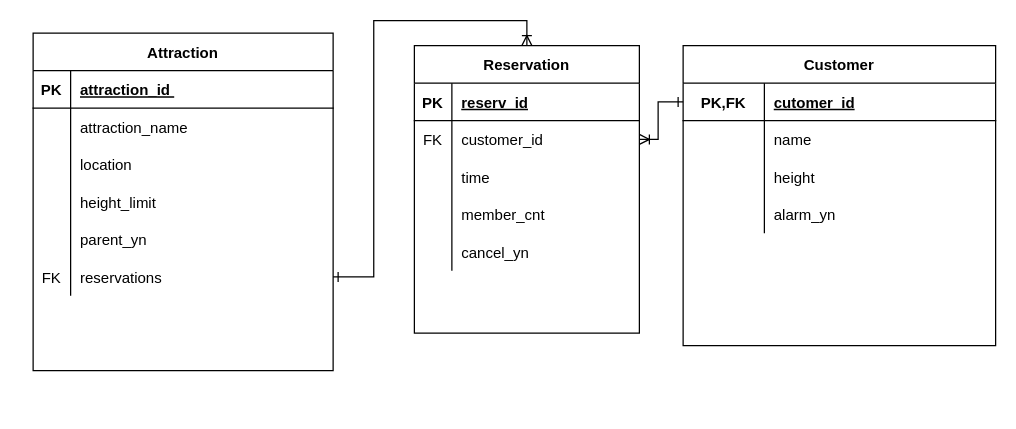
The draw.io diagram Everland.drawio in choihaerim/project-10, before the edit. Source tidied: cells renumbered, new cells numbered last; positions are measured from the earlier drawing's top-left corner, leaving out a move shared by most shapes. Both pictures are drawn from the tidied source at 125%, with x=0, y=0 at pixel (32, 32).
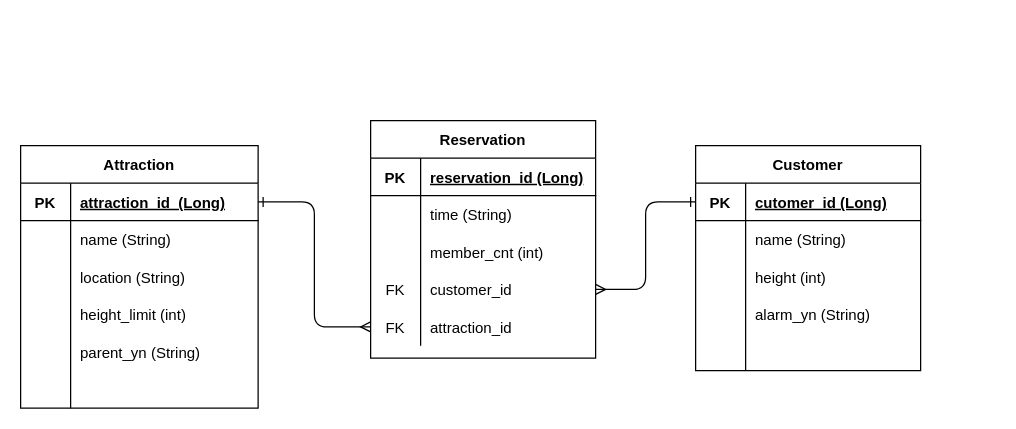
Above is the later version.

The change refers to these unchanged cells:
```xml
<mxCell id="36" style="shape=partialRectangle;fillColor=none;top=0;left=0;bottom=1;right=0;" parent="35" vertex="1">
  <mxGeometry y="30" width="180" height="30" as="geometry" />
</mxCell>
<mxCell id="39" style="shape=partialRectangle;fillColor=none;top=0;left=0;bottom=0;right=0;points=[[0,0.5],[1,0.5]];portConstraint=eastwest;" parent="35" vertex="1">
  <mxGeometry y="60" width="180" height="30" as="geometry" />
</mxCell>
<mxCell id="42" style="shape=partialRectangle;fillColor=none;top=0;left=0;bottom=0;right=0;" parent="35" vertex="1">
  <mxGeometry y="90" width="180" height="30" as="geometry" />
</mxCell>
```

Change to the diagram source:
```diff
@@
     <mxCell id="2" value="Customer" style="shape=table;startSize=30;childLayout=tableLayout;rowLines=0;fontStyle=1;align=center;" parent="1" vertex="1">
-      <mxGeometry x="520" y="10" width="250" height="240" as="geometry" />
+      <mxGeometry x="530" y="90" width="180" height="180" as="geometry" />
     </mxCell>
     <mxCell id="3" style="shape=partialRectangle;fillColor=none;points=[[0,0.5],[1,0.5]];portConstraint=eastwest;top=0;left=0;right=0;bottom=1;" parent="2" vertex="1">
-      <mxGeometry y="30" width="250" height="30" as="geometry" />
+      <mxGeometry y="30" width="180" height="30" as="geometry" />
     </mxCell>
-    <mxCell id="4" value="PK,FK" style="shape=partialRectangle;overflow=hidden;fillColor=none;top=0;left=0;bottom=0;right=0;fontStyle=1;" parent="3" vertex="1">
-      <mxGeometry width="65" height="30" as="geometry" />
+    <mxCell id="4" value="PK" style="shape=partialRectangle;overflow=hidden;fillColor=none;top=0;left=0;bottom=0;right=0;fontStyle=1;" parent="3" vertex="1">
+      <mxGeometry width="40" height="30" as="geometry" />
     </mxCell>
-    <mxCell id="5" value="cutomer_id" style="shape=partialRectangle;overflow=hidden;fillColor=none;top=0;left=0;bottom=0;right=0;align=left;spacingLeft=6;fontStyle=5;" parent="3" vertex="1">
-      <mxGeometry x="65" width="185" height="30" as="geometry" />
+    <mxCell id="5" value="cutomer_id (Long)" style="shape=partialRectangle;overflow=hidden;fillColor=none;top=0;left=0;bottom=0;right=0;align=left;spacingLeft=6;fontStyle=5;" parent="3" vertex="1">
+      <mxGeometry x="40" width="140" height="30" as="geometry" />
     </mxCell>
     <mxCell id="6" style="shape=partialRectangle;fillColor=none;top=0;left=0;right=0;bottom=0;" parent="2" vertex="1">
-      <mxGeometry y="60" width="250" height="30" as="geometry" />
+      <mxGeometry y="60" width="180" height="30" as="geometry" />
     </mxCell>
     <mxCell id="7" style="shape=partialRectangle;overflow=hidden;fillColor=none;top=0;left=0;bottom=0;right=0;" parent="6" vertex="1">
-      <mxGeometry width="65" height="30" as="geometry" />
+      <mxGeometry width="40" height="30" as="geometry" />
     </mxCell>
-    <mxCell id="8" value="name" style="shape=partialRectangle;overflow=hidden;fillColor=none;top=0;left=0;bottom=0;right=0;align=left;spacingLeft=6;" parent="6" vertex="1">
-      <mxGeometry x="65" width="185" height="30" as="geometry" />
+    <mxCell id="8" value="name (String)" style="shape=partialRectangle;overflow=hidden;fillColor=none;top=0;left=0;bottom=0;right=0;align=left;spacingLeft=6;" parent="6" vertex="1">
+      <mxGeometry x="40" width="140" height="30" as="geometry" />
     </mxCell>
     <mxCell id="9" style="shape=partialRectangle;fillColor=none;top=0;left=0;right=0;bottom=0;" parent="2" vertex="1">
-      <mxGeometry y="90" width="250" height="30" as="geometry" />
+      <mxGeometry y="90" width="180" height="30" as="geometry" />
     </mxCell>
     <mxCell id="10" style="shape=partialRectangle;overflow=hidden;fillColor=none;top=0;left=0;bottom=0;right=0;" parent="9" vertex="1">
-      <mxGeometry width="65" height="30" as="geometry" />
+      <mxGeometry width="40" height="30" as="geometry" />
     </mxCell>
-    <mxCell id="11" value="height" style="shape=partialRectangle;overflow=hidden;fillColor=none;top=0;left=0;bottom=0;right=0;align=left;spacingLeft=6;" parent="9" vertex="1">
-      <mxGeometry x="65" width="185" height="30" as="geometry" />
+    <mxCell id="11" value="height (int)" style="shape=partialRectangle;overflow=hidden;fillColor=none;top=0;left=0;bottom=0;right=0;align=left;spacingLeft=6;" parent="9" vertex="1">
+      <mxGeometry x="40" width="140" height="30" as="geometry" />
     </mxCell>
     <mxCell id="12" style="shape=partialRectangle;fillColor=none;top=0;left=0;right=0;bottom=0;" parent="2" vertex="1">
-      <mxGeometry y="120" width="250" height="30" as="geometry" />
+      <mxGeometry y="120" width="180" height="30" as="geometry" />
     </mxCell>
     <mxCell id="13" style="shape=partialRectangle;overflow=hidden;fillColor=none;top=0;left=0;bottom=0;right=0;" parent="12" vertex="1">
-      <mxGeometry width="65" height="30" as="geometry" />
+      <mxGeometry width="40" height="30" as="geometry" />
     </mxCell>
-    <mxCell id="14" value="alarm_yn" style="shape=partialRectangle;overflow=hidden;fillColor=none;top=0;left=0;bottom=0;right=0;align=left;spacingLeft=6;" parent="12" vertex="1">
-      <mxGeometry x="65" width="185" height="30" as="geometry" />
+    <mxCell id="14" value="alarm_yn (String)" style="shape=partialRectangle;overflow=hidden;fillColor=none;top=0;left=0;bottom=0;right=0;align=left;spacingLeft=6;" parent="12" vertex="1">
+      <mxGeometry x="40" width="140" height="30" as="geometry" />
     </mxCell>
-    <mxCell id="15" style="edgeStyle=orthogonalEdgeStyle;rounded=0;jettySize=auto;html=1;entryX=0.5;entryY=0;entryDx=0;entryDy=0;endArrow=ERoneToMany;endFill=0;exitX=1;exitY=0.5;exitDx=0;exitDy=0;startArrow=ERone;startFill=0;" parent="1" edge="1" source="32" target="35">
-      <mxGeometry relative="1" as="geometry" />
-    </mxCell>
+    <mxCell id="52" style="shape=partialRectangle;fillColor=none;top=0;left=0;right=0;bottom=0;" parent="2" vertex="1">
+      <mxGeometry y="150" width="180" height="30" as="geometry" />
+    </mxCell>
+    <mxCell id="53" style="shape=partialRectangle;overflow=hidden;fillColor=none;top=0;left=0;bottom=0;right=0;" parent="52" vertex="1">
+      <mxGeometry width="40" height="30" as="geometry" />
+    </mxCell>
+    <mxCell id="54" style="shape=partialRectangle;overflow=hidden;fillColor=none;top=0;left=0;bottom=0;right=0;align=left;spacingLeft=6;" parent="52" vertex="1">
+      <mxGeometry x="40" width="140" height="30" as="geometry" />
+    </mxCell>
     <mxCell id="16" value="Attraction" style="shape=table;startSize=30;childLayout=tableLayout;rowLines=0;fontStyle=1;align=center;" parent="1" vertex="1">
-      <mxGeometry width="240" height="270" as="geometry" />
+      <mxGeometry x="-10" y="90" width="190" height="210" as="geometry" />
     </mxCell>
     <mxCell id="17" style="shape=partialRectangle;fillColor=none;points=[[0,0.5],[1,0.5]];portConstraint=eastwest;top=0;left=0;right=0;bottom=1;" parent="16" vertex="1">
-      <mxGeometry y="30" width="240" height="30" as="geometry" />
+      <mxGeometry y="30" width="190" height="30" as="geometry" />
     </mxCell>
     <mxCell id="18" value="PK" style="shape=partialRectangle;overflow=hidden;fillColor=none;top=0;left=0;bottom=0;right=0;fontStyle=1;" parent="17" vertex="1">
-      <mxGeometry width="30" height="30" as="geometry" />
+      <mxGeometry width="40" height="30" as="geometry" />
     </mxCell>
-    <mxCell id="19" value="attraction_id " style="shape=partialRectangle;overflow=hidden;fillColor=none;top=0;left=0;bottom=0;right=0;align=left;spacingLeft=6;fontStyle=5;" parent="17" vertex="1">
-      <mxGeometry x="30" width="210" height="30" as="geometry" />
+    <mxCell id="19" value="attraction_id  (Long)" style="shape=partialRectangle;overflow=hidden;fillColor=none;top=0;left=0;bottom=0;right=0;align=left;spacingLeft=6;fontStyle=5;" parent="17" vertex="1">
+      <mxGeometry x="40" width="150" height="30" as="geometry" />
     </mxCell>
     <mxCell id="20" style="shape=partialRectangle;fillColor=none;top=0;left=0;right=0;bottom=0;" parent="16" vertex="1">
-      <mxGeometry y="60" width="240" height="30" as="geometry" />
+      <mxGeometry y="60" width="190" height="30" as="geometry" />
     </mxCell>
     <mxCell id="21" style="shape=partialRectangle;overflow=hidden;fillColor=none;top=0;left=0;bottom=0;right=0;" parent="20" vertex="1">
-      <mxGeometry width="30" height="30" as="geometry" />
+      <mxGeometry width="40" height="30" as="geometry" />
     </mxCell>
-    <mxCell id="22" value="attraction_name" style="shape=partialRectangle;overflow=hidden;fillColor=none;top=0;left=0;bottom=0;right=0;align=left;spacingLeft=6;" parent="20" vertex="1">
-      <mxGeometry x="30" width="210" height="30" as="geometry" />
+    <mxCell id="22" value="name (String)" style="shape=partialRectangle;overflow=hidden;fillColor=none;top=0;left=0;bottom=0;right=0;align=left;spacingLeft=6;" parent="20" vertex="1">
+      <mxGeometry x="40" width="150" height="30" as="geometry" />
     </mxCell>
     <mxCell id="23" style="shape=partialRectangle;fillColor=none;top=0;left=0;right=0;bottom=0;" parent="16" vertex="1">
-      <mxGeometry y="90" width="240" height="30" as="geometry" />
+      <mxGeometry y="90" width="190" height="30" as="geometry" />
     </mxCell>
     <mxCell id="24" style="shape=partialRectangle;overflow=hidden;fillColor=none;top=0;left=0;bottom=0;right=0;" parent="23" vertex="1">
-      <mxGeometry width="30" height="30" as="geometry" />
+      <mxGeometry width="40" height="30" as="geometry" />
     </mxCell>
-    <mxCell id="25" value="location" style="shape=partialRectangle;overflow=hidden;fillColor=none;top=0;left=0;bottom=0;right=0;align=left;spacingLeft=6;" parent="23" vertex="1">
-      <mxGeometry x="30" width="210" height="30" as="geometry" />
+    <mxCell id="25" value="location (String)" style="shape=partialRectangle;overflow=hidden;fillColor=none;top=0;left=0;bottom=0;right=0;align=left;spacingLeft=6;" parent="23" vertex="1">
+      <mxGeometry x="40" width="150" height="30" as="geometry" />
     </mxCell>
     <mxCell id="26" style="shape=partialRectangle;fillColor=none;top=0;left=0;right=0;bottom=0;" parent="16" vertex="1">
-      <mxGeometry y="120" width="240" height="30" as="geometry" />
+      <mxGeometry y="120" width="190" height="30" as="geometry" />
     </mxCell>
     <mxCell id="27" style="shape=partialRectangle;overflow=hidden;fillColor=none;top=0;left=0;bottom=0;right=0;" parent="26" vertex="1">
-      <mxGeometry width="30" height="30" as="geometry" />
+      <mxGeometry width="40" height="30" as="geometry" />
     </mxCell>
-    <mxCell id="28" value="height_limit" style="shape=partialRectangle;overflow=hidden;fillColor=none;top=0;left=0;bottom=0;right=0;align=left;spacingLeft=6;" parent="26" vertex="1">
-      <mxGeometry x="30" width="210" height="30" as="geometry" />
+    <mxCell id="28" value="height_limit (int)" style="shape=partialRectangle;overflow=hidden;fillColor=none;top=0;left=0;bottom=0;right=0;align=left;spacingLeft=6;" parent="26" vertex="1">
+      <mxGeometry x="40" width="150" height="30" as="geometry" />
     </mxCell>
     <mxCell id="29" style="shape=partialRectangle;fillColor=none;top=0;left=0;right=0;bottom=0;" parent="16" vertex="1">
-      <mxGeometry y="150" width="240" height="30" as="geometry" />
+      <mxGeometry y="150" width="190" height="30" as="geometry" />
     </mxCell>
     <mxCell id="30" style="shape=partialRectangle;overflow=hidden;fillColor=none;top=0;left=0;bottom=0;right=0;" parent="29" vertex="1">
-      <mxGeometry width="30" height="30" as="geometry" />
+      <mxGeometry width="40" height="30" as="geometry" />
     </mxCell>
-    <mxCell id="31" value="parent_yn" style="shape=partialRectangle;overflow=hidden;fillColor=none;top=0;left=0;bottom=0;right=0;align=left;spacingLeft=6;" parent="29" vertex="1">
-      <mxGeometry x="30" width="210" height="30" as="geometry" />
+    <mxCell id="31" value="parent_yn (String)" style="shape=partialRectangle;overflow=hidden;fillColor=none;top=0;left=0;bottom=0;right=0;align=left;spacingLeft=6;" parent="29" vertex="1">
+      <mxGeometry x="40" width="150" height="30" as="geometry" />
     </mxCell>
     <mxCell id="32" style="shape=partialRectangle;fillColor=none;points=[[0,0.5],[1,0.5]];portConstraint=eastwest;top=0;left=0;right=0;bottom=0;" parent="16" vertex="1">
-      <mxGeometry y="180" width="240" height="30" as="geometry" />
+      <mxGeometry y="180" width="190" height="30" as="geometry" />
     </mxCell>
-    <mxCell id="33" value="FK" style="shape=partialRectangle;overflow=hidden;fillColor=none;top=0;left=0;bottom=0;right=0;" parent="32" vertex="1">
-      <mxGeometry width="30" height="30" as="geometry" />
+    <mxCell id="33" style="shape=partialRectangle;overflow=hidden;fillColor=none;top=0;left=0;bottom=0;right=0;" parent="32" vertex="1">
+      <mxGeometry width="40" height="30" as="geometry" />
     </mxCell>
-    <mxCell id="34" value="reservations" style="shape=partialRectangle;overflow=hidden;fillColor=none;top=0;left=0;bottom=0;right=0;align=left;spacingLeft=6;" parent="32" vertex="1">
-      <mxGeometry x="30" width="210" height="30" as="geometry" />
+    <mxCell id="34" style="shape=partialRectangle;overflow=hidden;fillColor=none;top=0;left=0;bottom=0;right=0;align=left;spacingLeft=6;" parent="32" vertex="1">
+      <mxGeometry x="40" width="150" height="30" as="geometry" />
     </mxCell>
     <mxCell id="35" value="Reservation" style="shape=table;startSize=30;childLayout=tableLayout;rowLines=0;fontStyle=1;align=center;" parent="1" vertex="1">
-      <mxGeometry x="305" y="10" width="180" height="230" as="geometry" />
+      <mxGeometry x="270" y="70" width="180" height="190" as="geometry" />
     </mxCell>
@@
     <mxCell id="37" value="PK" style="shape=partialRectangle;fillColor=none;top=0;left=0;bottom=0;right=0;fontStyle=1;overflow=hidden;" parent="36" vertex="1">
-      <mxGeometry width="30" height="30" as="geometry" />
+      <mxGeometry width="40" height="30" as="geometry" />
     </mxCell>
-    <mxCell id="38" value="reserv_id" style="shape=partialRectangle;fillColor=none;top=0;left=0;bottom=0;right=0;align=left;spacingLeft=6;fontStyle=5;overflow=hidden;" parent="36" vertex="1">
-      <mxGeometry x="30" width="150" height="30" as="geometry" />
+    <mxCell id="38" value="reservation_id (Long)" style="shape=partialRectangle;fillColor=none;top=0;left=0;bottom=0;right=0;align=left;spacingLeft=6;fontStyle=5;overflow=hidden;" parent="36" vertex="1">
+      <mxGeometry x="40" width="140" height="30" as="geometry" />
     </mxCell>
@@
-    <mxCell id="40" value="FK" style="shape=partialRectangle;fillColor=none;top=0;left=0;bottom=0;right=0;overflow=hidden;" parent="39" vertex="1">
-      <mxGeometry width="30" height="30" as="geometry" />
+    <mxCell id="40" style="shape=partialRectangle;fillColor=none;top=0;left=0;bottom=0;right=0;overflow=hidden;" parent="39" vertex="1">
+      <mxGeometry width="40" height="30" as="geometry" />
     </mxCell>
-    <mxCell id="41" value="customer_id" style="shape=partialRectangle;fillColor=none;top=0;left=0;bottom=0;right=0;align=left;spacingLeft=6;overflow=hidden;" parent="39" vertex="1">
-      <mxGeometry x="30" width="150" height="30" as="geometry" />
+    <mxCell id="41" value="time (String)" style="shape=partialRectangle;fillColor=none;top=0;left=0;bottom=0;right=0;align=left;spacingLeft=6;overflow=hidden;" parent="39" vertex="1">
+      <mxGeometry x="40" width="140" height="30" as="geometry" />
     </mxCell>
@@
     <mxCell id="43" style="shape=partialRectangle;fillColor=none;top=0;left=0;bottom=0;right=0;overflow=hidden;" parent="42" vertex="1">
-      <mxGeometry width="30" height="30" as="geometry" />
+      <mxGeometry width="40" height="30" as="geometry" />
     </mxCell>
-    <mxCell id="44" value="time" style="shape=partialRectangle;fillColor=none;top=0;left=0;bottom=0;right=0;align=left;spacingLeft=6;overflow=hidden;" parent="42" vertex="1">
-      <mxGeometry x="30" width="150" height="30" as="geometry" />
+    <mxCell id="44" value="member_cnt (int)" style="shape=partialRectangle;fillColor=none;top=0;left=0;bottom=0;right=0;align=left;spacingLeft=6;overflow=hidden;" parent="42" vertex="1">
+      <mxGeometry x="40" width="140" height="30" as="geometry" />
     </mxCell>
-    <mxCell id="45" style="shape=partialRectangle;fillColor=none;top=0;left=0;bottom=0;right=0;" parent="35" vertex="1">
-      <mxGeometry y="120" width="180" height="30" as="geometry" />
-    </mxCell>
-    <mxCell id="46" style="shape=partialRectangle;fillColor=none;top=0;left=0;bottom=0;right=0;overflow=hidden;" parent="45" vertex="1">
-      <mxGeometry width="30" height="30" as="geometry" />
-    </mxCell>
-    <mxCell id="47" value="member_cnt" style="shape=partialRectangle;fillColor=none;top=0;left=0;bottom=0;right=0;align=left;spacingLeft=6;overflow=hidden;" parent="45" vertex="1">
-      <mxGeometry x="30" width="150" height="30" as="geometry" />
-    </mxCell>
     <mxCell id="48" style="shape=partialRectangle;fillColor=none;top=0;left=0;bottom=0;right=0;points=[[0,0.5],[1,0.5]];portConstraint=eastwest;" parent="35" vertex="1">
-      <mxGeometry y="150" width="180" height="30" as="geometry" />
+      <mxGeometry y="120" width="180" height="30" as="geometry" />
     </mxCell>
-    <mxCell id="49" style="shape=partialRectangle;fillColor=none;top=0;left=0;bottom=0;right=0;overflow=hidden;" parent="48" vertex="1">
-      <mxGeometry width="30" height="30" as="geometry" />
+    <mxCell id="49" value="FK" style="shape=partialRectangle;fillColor=none;top=0;left=0;bottom=0;right=0;overflow=hidden;" parent="48" vertex="1">
+      <mxGeometry width="40" height="30" as="geometry" />
     </mxCell>
-    <mxCell id="50" value="cancel_yn" style="shape=partialRectangle;fillColor=none;top=0;left=0;bottom=0;right=0;align=left;spacingLeft=6;overflow=hidden;" parent="48" vertex="1">
-      <mxGeometry x="30" width="150" height="30" as="geometry" />
+    <mxCell id="50" value="customer_id" style="shape=partialRectangle;fillColor=none;top=0;left=0;bottom=0;right=0;align=left;spacingLeft=6;overflow=hidden;" parent="48" vertex="1">
+      <mxGeometry x="40" width="140" height="30" as="geometry" />
     </mxCell>
-    <mxCell id="51" style="edgeStyle=orthogonalEdgeStyle;rounded=0;jettySize=auto;html=1;entryX=1;entryY=0.5;entryDx=0;entryDy=0;startArrow=ERone;startFill=0;endArrow=ERoneToMany;endFill=0;" parent="1" edge="1" source="3" target="39">
-      <mxGeometry relative="1" as="geometry" />
-    </mxCell>
+    <mxCell id="55" style="shape=partialRectangle;fillColor=none;top=0;left=0;bottom=0;right=0;points=[[0,0.5],[1,0.5]];portConstraint=eastwest;" parent="35" vertex="1">
+      <mxGeometry y="150" width="180" height="30" as="geometry" />
+    </mxCell>
+    <mxCell id="56" value="FK" style="shape=partialRectangle;fillColor=none;top=0;left=0;bottom=0;right=0;overflow=hidden;" parent="55" vertex="1">
+      <mxGeometry width="40" height="30" as="geometry" />
+    </mxCell>
+    <mxCell id="57" value="attraction_id" style="shape=partialRectangle;fillColor=none;top=0;left=0;bottom=0;right=0;align=left;spacingLeft=6;overflow=hidden;" parent="55" vertex="1">
+      <mxGeometry x="40" width="140" height="30" as="geometry" />
+    </mxCell>
+    <mxCell id="58" style="edgeStyle=orthogonalEdgeStyle;fontSize=12;html=1;endArrow=ERmany;entryX=0;entryY=0.5;entryDx=0;entryDy=0;exitX=1;exitY=0.5;exitDx=0;exitDy=0;startArrow=ERone;startFill=0;" parent="1" edge="1" source="17" target="55">
+      <mxGeometry relative="1" as="geometry" />
+    </mxCell>
+    <mxCell id="59" style="edgeStyle=orthogonalEdgeStyle;fontSize=12;html=1;endArrow=ERmany;exitX=0;exitY=0.5;exitDx=0;exitDy=0;entryX=1;entryY=0.5;entryDx=0;entryDy=0;startArrow=ERone;startFill=0;" parent="1" edge="1" source="3" target="48">
+      <mxGeometry relative="1" as="geometry">
+        <Array as="points">
+          <mxPoint x="490" y="135" />
+          <mxPoint x="490" y="205" />
+        </Array>
+      </mxGeometry>
+    </mxCell>
```
